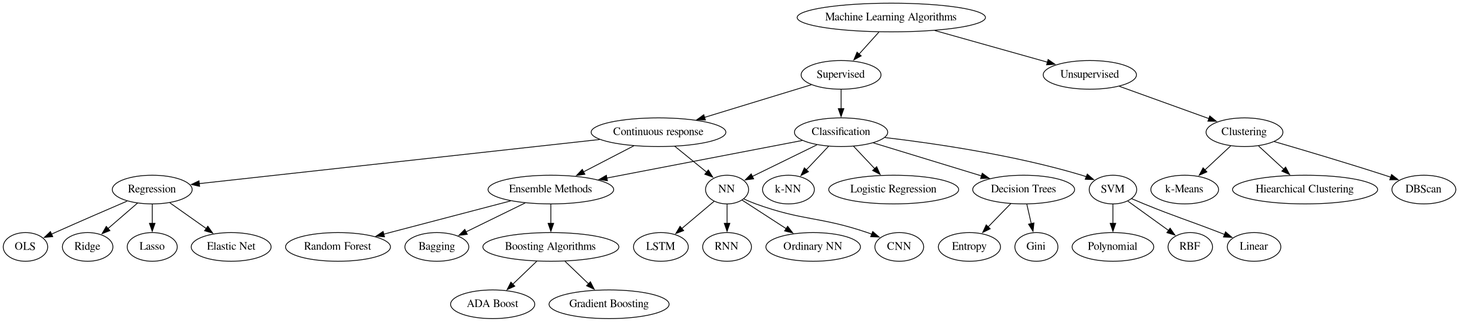
Before: images/cheat-sheet.png, a diagram exported from Graphviz (kaygun/2022-Fall-388E). Its source is kept beside it as images/cheat-sheet.dot. Its diagram source:
```dot
digraph cheat {
 "Machine Learning Algorithms" -> { "Supervised", "Unsupervised" }
 "Supervised" -> {"Classification"} -> {"Logistic Regression", "Decision Trees", "SVM", "k-NN", "NN", "Ensemble Methods"}
 "Supervised" -> {"Continuous response"} -> {"Regression", "NN", "Ensemble Methods"}
 "Regression" -> {"OLS", "Ridge", "Lasso", "Elastic Net"}
 "Ensemble Methods" -> {"Random Forest", "Bagging", "Boosting Algorithms"}
 "Boosting Algorithms" -> {"ADA Boost", "Gradient Boosting"}
 "SVM" -> {"RBF", "Linear", "Polynomial"}
 "Decision Trees" -> {"Entropy", "Gini"}
 "NN" -> {"Ordinary NN", "CNN", "LSTM", "RNN"}
 "Unsupervised" -> {"Clustering"} -> {"k-Means", "Hiearchical Clustering", "DBScan"}
}
```
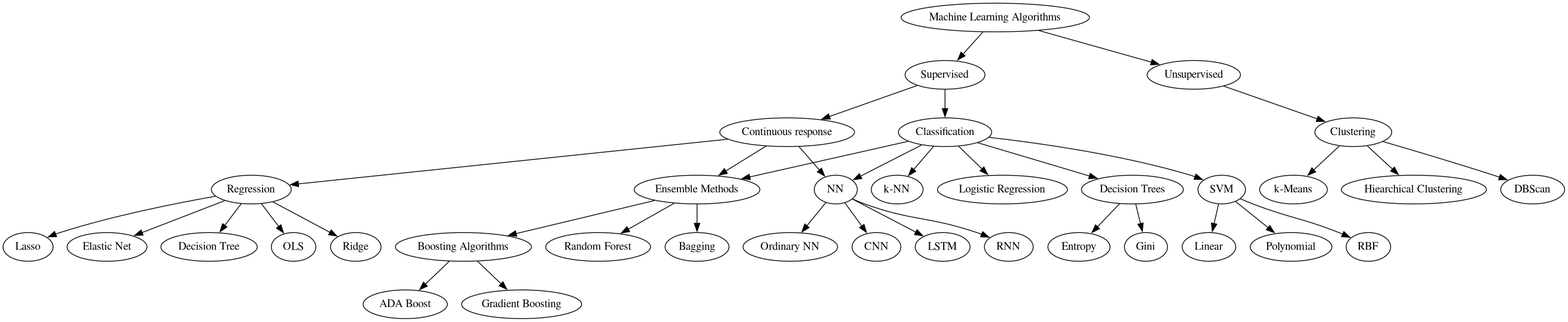
After the change.

Commit message:
Images for Lecture 14 are modified.

Change to the diagram source:
```diff
@@ -2,7 +2,7 @@
  "Machine Learning Algorithms" -> { "Supervised", "Unsupervised" }
  "Supervised" -> {"Classification"} -> {"Logistic Regression", "Decision Trees", "SVM", "k-NN", "NN", "Ensemble Methods"}
  "Supervised" -> {"Continuous response"} -> {"Regression", "NN", "Ensemble Methods"}
- "Regression" -> {"OLS", "Ridge", "Lasso", "Elastic Net"}
+ "Regression" -> {"OLS", "Ridge", "Lasso", "Elastic Net", "Decision Tree"}
  "Ensemble Methods" -> {"Random Forest", "Bagging", "Boosting Algorithms"}
  "Boosting Algorithms" -> {"ADA Boost", "Gradient Boosting"}
  "SVM" -> {"RBF", "Linear", "Polynomial"}
```
